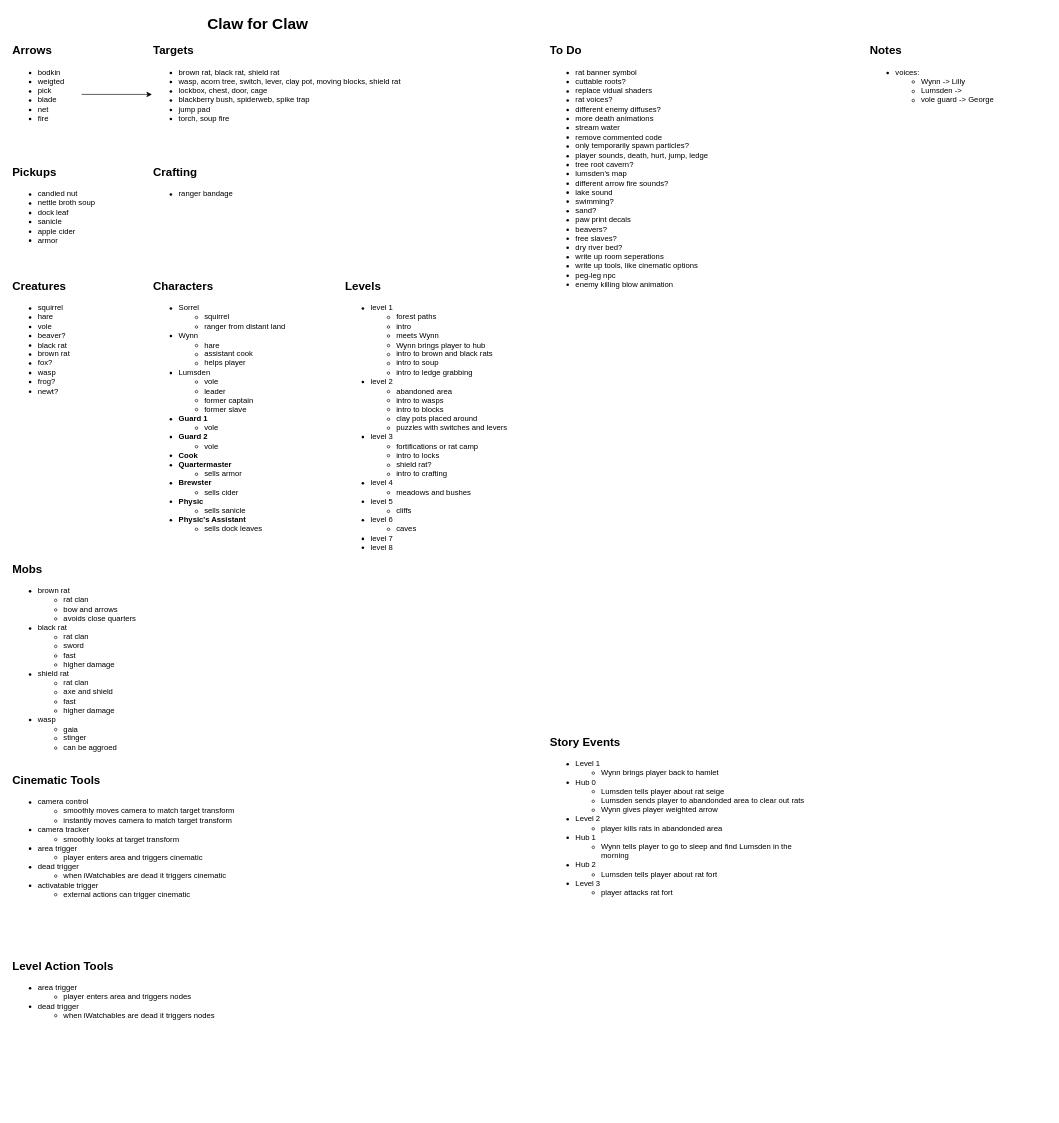
This is Planning/design-doc.drawio from camerondedore/Godot-Project-3, a draw.io file, before an edit. Source tidied: cells renumbered, new cells numbered last; positions are measured from the earlier drawing's top-left corner, leaving out a move shared by most shapes. Both pictures are drawn from the tidied source at 64%, with x=0, y=0 at pixel (11, 11).
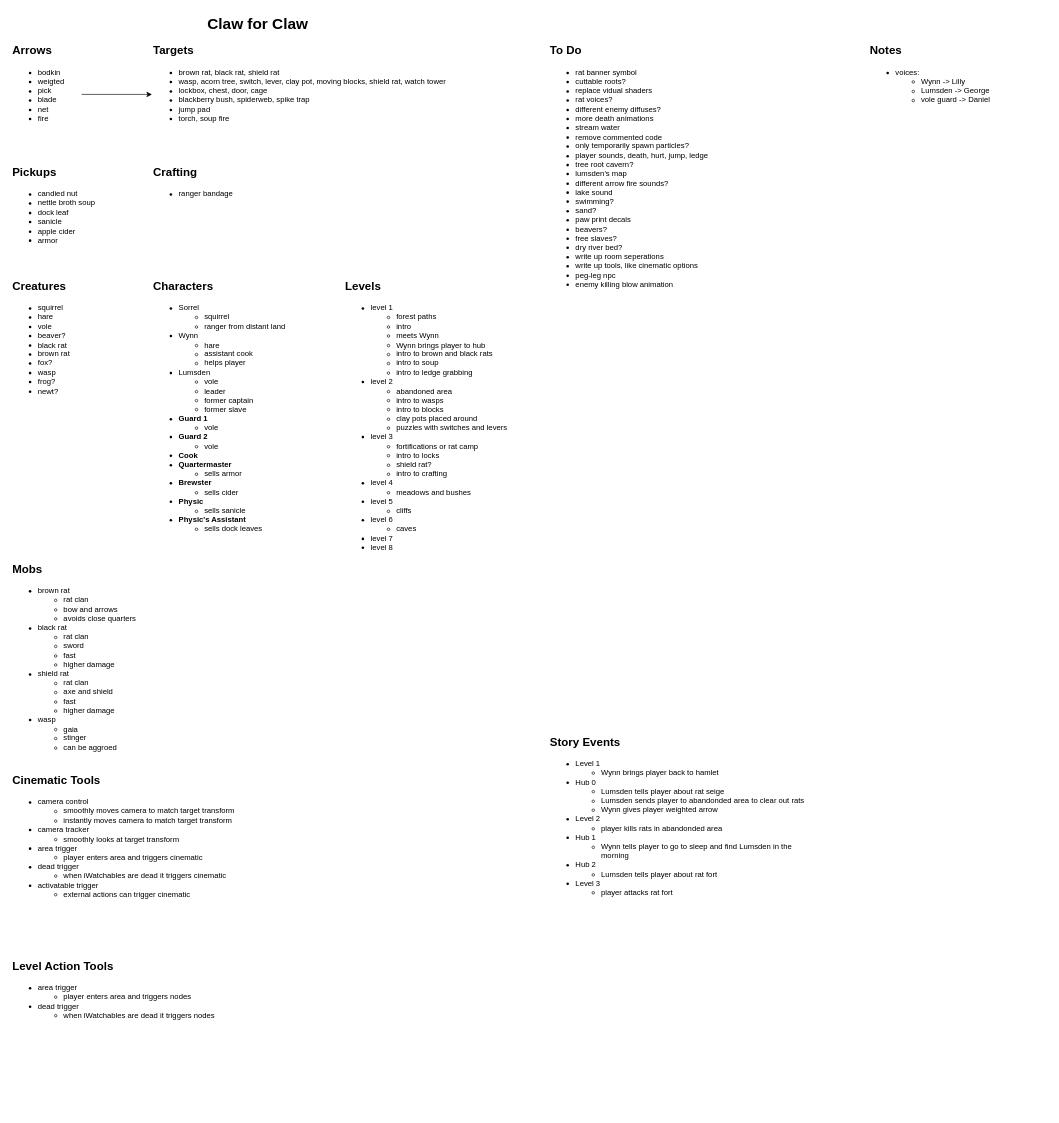
Above is the later version.

Change to the diagram source:
```diff
@@
-    <mxCell id="7" value="&lt;ul&gt;&lt;li&gt;brown rat, black rat, shield rat&lt;/li&gt;&lt;li&gt;wasp, acorn tree, switch, lever, clay pot, moving blocks, shield rat&lt;/li&gt;&lt;li&gt;lockbox, chest, door, cage&lt;/li&gt;&lt;li&gt;blackberry bush, spiderweb, spike trap&lt;/li&gt;&lt;li&gt;jump pad&lt;/li&gt;&lt;li&gt;torch, soup fire&lt;/li&gt;&lt;/ul&gt;" style="text;html=1;align=left;verticalAlign=top;whiteSpace=wrap;rounded=0;" parent="1" vertex="1">
-      <mxGeometry x="220" y="70" width="420" height="120" as="geometry" />
+    <mxCell id="7" value="&lt;ul&gt;&lt;li&gt;brown rat, black rat, shield rat&lt;/li&gt;&lt;li&gt;wasp, acorn tree, switch, lever, clay pot, moving blocks, shield rat, watch tower&lt;/li&gt;&lt;li&gt;lockbox, chest, door, cage&lt;/li&gt;&lt;li&gt;blackberry bush, spiderweb, spike trap&lt;/li&gt;&lt;li&gt;jump pad&lt;/li&gt;&lt;li&gt;torch, soup fire&lt;/li&gt;&lt;/ul&gt;" style="text;html=1;align=left;verticalAlign=top;whiteSpace=wrap;rounded=0;" parent="1" vertex="1">
+      <mxGeometry x="220" y="70" width="530" height="120" as="geometry" />
     </mxCell>
@@
-    <mxCell id="26" value="&lt;ul&gt;&lt;li&gt;voices:&lt;/li&gt;&lt;ul&gt;&lt;li&gt;Wynn -&amp;gt; Lilly&lt;/li&gt;&lt;li&gt;Lumsden -&amp;gt;&amp;nbsp;&lt;/li&gt;&lt;li&gt;vole guard -&amp;gt; George&lt;/li&gt;&lt;/ul&gt;&lt;/ul&gt;" style="text;html=1;align=left;verticalAlign=top;whiteSpace=wrap;rounded=0;" parent="1" vertex="1">
+    <mxCell id="26" value="&lt;ul&gt;&lt;li&gt;voices:&lt;/li&gt;&lt;ul&gt;&lt;li&gt;Wynn -&amp;gt; Lilly&lt;/li&gt;&lt;li&gt;Lumsden -&amp;gt; George&lt;/li&gt;&lt;li&gt;vole guard -&amp;gt; Daniel&lt;/li&gt;&lt;/ul&gt;&lt;/ul&gt;" style="text;html=1;align=left;verticalAlign=top;whiteSpace=wrap;rounded=0;" parent="1" vertex="1">
       <mxGeometry x="1340" y="70" width="280" height="440" as="geometry" />
     </mxCell>
```
